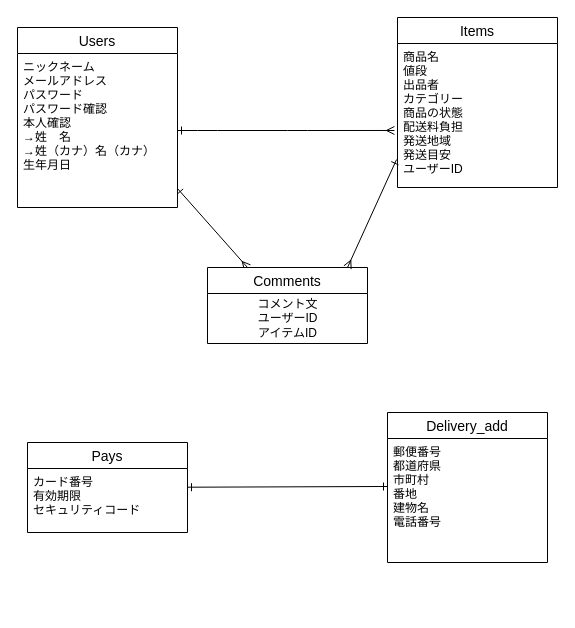
This is furima.dio from Lily219/furima-37762, a draw.io file, before an edit. Source tidied: cells renumbered, new cells numbered last; positions are measured from the earlier drawing's top-left corner, leaving out a move shared by most shapes. Both pictures are drawn from the tidied source at 100%, with x=0, y=0 at pixel (17, 17).
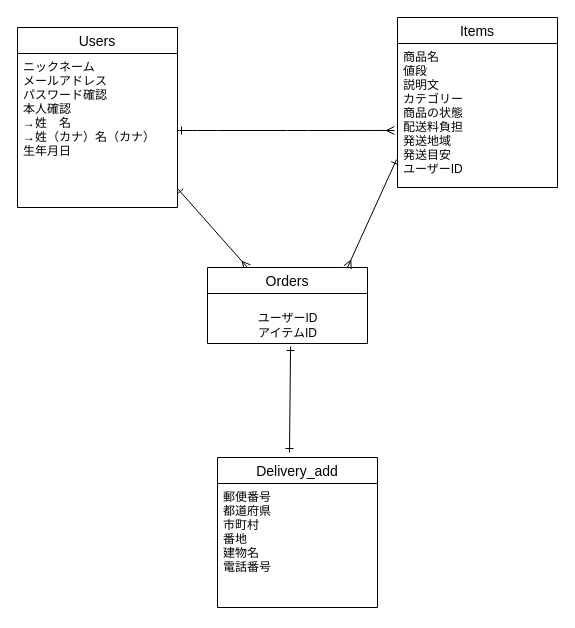
The same page after the edit.

Commit message (it also covers changes not shown here):
ER図設計の修正

Change to the diagram source:
```diff
@@
 <mxGraphModel>
   <root>
     <mxCell id="0" />
     <mxCell id="1" parent="0" />
     <mxCell id="2" value="Users" style="swimlane;fontStyle=0;horizontal=1;startSize=26;align=center;fontSize=14;" parent="1" vertex="1">
       <mxGeometry y="10" width="160" height="180" as="geometry" />
     </mxCell>
-    <mxCell id="3" value="ニックネーム&#10;メールアドレス&#10;パスワード&#10;パスワード確認&#10;本人確認&#10;→姓　名&#10;→姓（カナ）名（カナ）&#10;生年月日&#10;" style="text;strokeColor=none;fillColor=none;spacingLeft=4;spacingRight=4;overflow=hidden;points=[[0,0.5],[1,0.5]];portConstraint=eastwest;fontSize=12;" parent="2" vertex="1">
+    <mxCell id="3" value="ニックネーム&#10;メールアドレス&#10;パスワード確認&#10;本人確認&#10;→姓　名&#10;→姓（カナ）名（カナ）&#10;生年月日&#10;" style="text;strokeColor=none;fillColor=none;spacingLeft=4;spacingRight=4;overflow=hidden;points=[[0,0.5],[1,0.5]];portConstraint=eastwest;fontSize=12;" parent="2" vertex="1">
       <mxGeometry y="26" width="160" height="154" as="geometry" />
     </mxCell>
     <mxCell id="4" value="Items" style="swimlane;fontStyle=0;horizontal=1;startSize=26;align=center;fontSize=14;" parent="1" vertex="1">
       <mxGeometry x="380" width="160" height="170" as="geometry" />
     </mxCell>
-    <mxCell id="5" value="商品名&#10;値段&#10;出品者&#10;カテゴリー&#10;商品の状態&#10;配送料負担&#10;発送地域&#10;発送目安&#10;ユーザーID" style="text;strokeColor=none;fillColor=none;spacingLeft=4;spacingRight=4;overflow=hidden;points=[[0,0.5],[1,0.5]];portConstraint=eastwest;fontSize=12;" parent="4" vertex="1">
+    <mxCell id="5" value="商品名&#10;値段&#10;説明文&#10;カテゴリー&#10;商品の状態&#10;配送料負担&#10;発送地域&#10;発送目安&#10;ユーザーID" style="text;strokeColor=none;fillColor=none;spacingLeft=4;spacingRight=4;overflow=hidden;points=[[0,0.5],[1,0.5]];portConstraint=eastwest;fontSize=12;" parent="4" vertex="1">
       <mxGeometry y="26" width="160" height="144" as="geometry" />
     </mxCell>
     <mxCell id="6" style="edgeStyle=none;html=1;exitX=0.25;exitY=0;exitDx=0;exitDy=0;entryX=1;entryY=0.877;entryDx=0;entryDy=0;entryPerimeter=0;startArrow=ERmany;startFill=0;endArrow=ERone;endFill=0;" parent="1" edge="1" source="7" target="3">
       <mxGeometry relative="1" as="geometry" />
     </mxCell>
-    <mxCell id="7" value="Comments" style="swimlane;fontStyle=0;horizontal=1;startSize=26;align=center;fontSize=14;" parent="1" vertex="1">
+    <mxCell id="7" value="Orders" style="swimlane;fontStyle=0;horizontal=1;startSize=26;align=center;fontSize=14;" parent="1" vertex="1">
       <mxGeometry x="190" y="250" width="160" height="76" as="geometry" />
     </mxCell>
-    <mxCell id="8" value="コメント文&lt;br&gt;ユーザーID&lt;br&gt;アイテムID&lt;br&gt;" style="text;html=1;align=center;verticalAlign=middle;points=[];strokeColor=none;fillColor=none;" parent="7" vertex="1">
+    <mxCell id="8" value="&lt;br&gt;ユーザーID&lt;br&gt;アイテムID" style="text;html=1;align=center;verticalAlign=middle;points=[];strokeColor=none;fillColor=none;" parent="7" vertex="1">
       <mxGeometry y="26" width="160" height="50" as="geometry" />
     </mxCell>
     <mxCell id="9" style="edgeStyle=none;html=1;exitX=1;exitY=0.5;exitDx=0;exitDy=0;entryX=-0.019;entryY=0.604;entryDx=0;entryDy=0;entryPerimeter=0;startArrow=ERone;startFill=0;endArrow=ERmany;endFill=0;strokeWidth=1;targetPerimeterSpacing=5;" parent="1" edge="1" source="3" target="5">
       <mxGeometry relative="1" as="geometry">
         <Array as="points">
           <mxPoint x="190" y="113" />
           <mxPoint x="280" y="113" />
         </Array>
       </mxGeometry>
     </mxCell>
     <mxCell id="10" style="edgeStyle=none;html=1;exitX=-0.006;exitY=0.806;exitDx=0;exitDy=0;entryX=0.875;entryY=0;entryDx=0;entryDy=0;entryPerimeter=0;startArrow=ERone;startFill=0;endArrow=ERmany;endFill=0;exitPerimeter=0;" parent="1" edge="1" source="5" target="7">
       <mxGeometry relative="1" as="geometry" />
     </mxCell>
-    <mxCell id="11" style="edgeStyle=none;html=1;entryX=0;entryY=0.387;entryDx=0;entryDy=0;entryPerimeter=0;startArrow=ERone;startFill=0;endArrow=ERone;endFill=0;targetPerimeterSpacing=5;strokeWidth=1;" parent="1" edge="1" source="12" target="15">
+    <mxCell id="11" style="edgeStyle=none;html=1;entryX=0.45;entryY=-0.033;entryDx=0;entryDy=0;entryPerimeter=0;startArrow=ERone;startFill=0;endArrow=ERone;endFill=0;targetPerimeterSpacing=5;strokeWidth=1;exitX=0.519;exitY=1.06;exitDx=0;exitDy=0;exitPerimeter=0;" parent="1" edge="1" source="8" target="14">
       <mxGeometry relative="1" as="geometry" />
     </mxCell>
-    <mxCell id="12" value="Pays" style="swimlane;fontStyle=0;horizontal=1;startSize=26;align=center;fontSize=14;" parent="1" vertex="1">
-      <mxGeometry x="10" y="425" width="160" height="90" as="geometry" />
-    </mxCell>
-    <mxCell id="13" value="カード番号&#10;有効期限&#10;セキュリティコード&#10;" style="text;strokeColor=none;fillColor=none;spacingLeft=4;spacingRight=4;overflow=hidden;fontSize=12;" parent="12" vertex="1">
-      <mxGeometry y="26" width="160" height="64" as="geometry" />
-    </mxCell>
     <mxCell id="14" value="Delivery_add" style="swimlane;fontStyle=0;horizontal=1;startSize=26;align=center;fontSize=14;" parent="1" vertex="1">
-      <mxGeometry x="370" y="395" width="160" height="150" as="geometry" />
+      <mxGeometry x="200" y="440" width="160" height="150" as="geometry" />
     </mxCell>
     <mxCell id="15" value="郵便番号&#10;都道府県&#10;市町村&#10;番地&#10;建物名&#10;電話番号&#10;" style="text;strokeColor=none;fillColor=none;spacingLeft=4;spacingRight=4;overflow=hidden;points=[[0,0.5],[1,0.5]];portConstraint=eastwest;fontSize=12;" parent="14" vertex="1">
       <mxGeometry y="26" width="160" height="124" as="geometry" />
     </mxCell>
   </root>
 </mxGraphModel>
```
